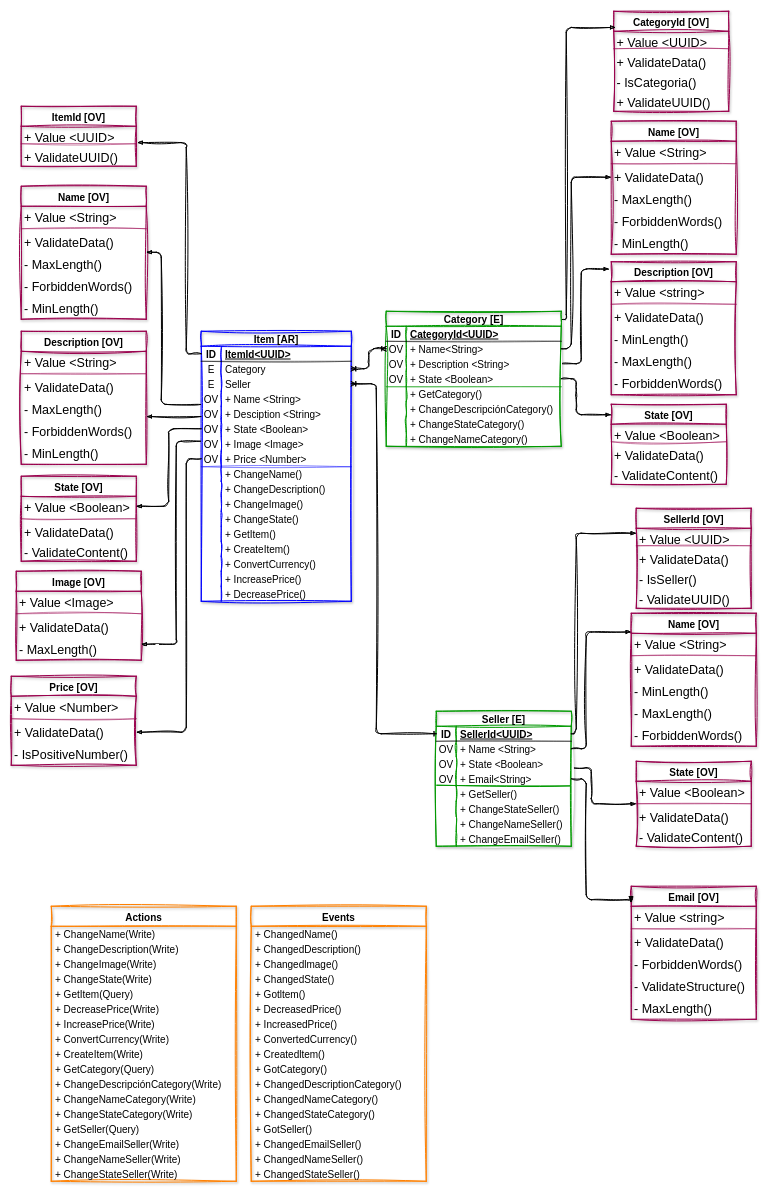
This is page "Item<AR>-Product" (2 of 5) of Drive-Domain-Design.drawio from training-practice-sofkau/C1-2023-DDD-Colombia, a draw.io file, before an edit. Source tidied: cells renumbered, new cells numbered last; positions are measured from the earlier drawing's top-left corner, leaving out a move shared by most shapes. Both pictures are drawn from the tidied source at 50%, with x=0, y=0 at pixel (11, 11).
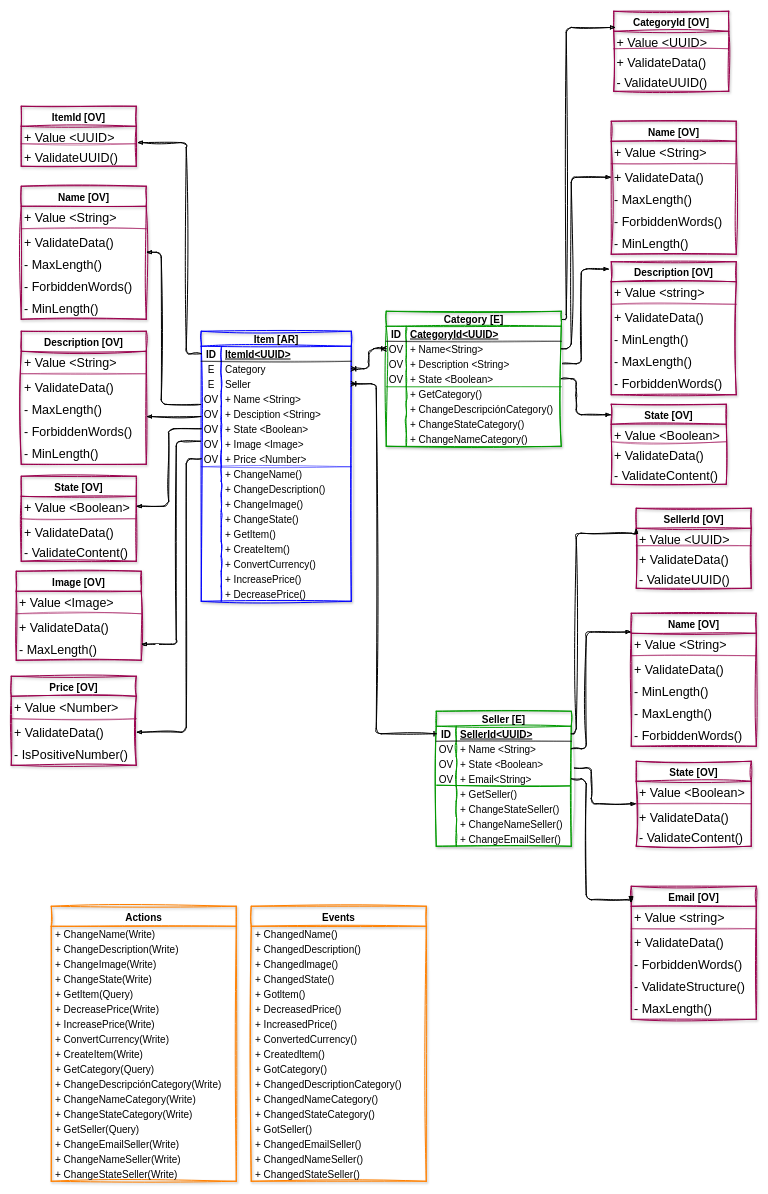
Above is the later version.

Diff of the diagram source:
```diff
@@
     <mxCell id="192" value="CategoryId [OV]" style="swimlane;fontStyle=1;horizontal=1;startSize=40;align=center;fontSize=20;rounded=0;shadow=1;labelBorderColor=none;sketch=1;hachureGap=4;jiggle=2;fillStyle=cross-hatch;curveFitting=1;strokeColor=#99004D;strokeWidth=2;fontFamily=Helvetica;fillColor=none;gradientColor=none;" parent="1" vertex="1">
-      <mxGeometry x="1205" width="230" height="200" as="geometry" />
+      <mxGeometry x="1205" width="230" height="160" as="geometry" />
     </mxCell>
@@
-    <mxCell id="196" value="- IsCategoria()" style="text;strokeColor=none;fillColor=none;spacingLeft=4;spacingRight=4;overflow=hidden;fontSize=25;fontFamily=Helvetica;" parent="192" vertex="1">
-      <mxGeometry y="120" width="230" height="40" as="geometry" />
-    </mxCell>
-    <mxCell id="197" value="+ ValidateUUID()" style="text;strokeColor=none;fillColor=none;spacingLeft=4;spacingRight=4;overflow=hidden;fontSize=25;fontFamily=Helvetica;" parent="192" vertex="1">
-      <mxGeometry y="160" width="230" height="40" as="geometry" />
+    <mxCell id="197" value="- ValidateUUID()" style="text;strokeColor=none;fillColor=none;spacingLeft=4;spacingRight=4;overflow=hidden;fontSize=25;fontFamily=Helvetica;" parent="192" vertex="1">
+      <mxGeometry y="120" width="230" height="40" as="geometry" />
     </mxCell>
@@
     <mxCell id="203" value="SellerId [OV]" style="swimlane;fontStyle=1;horizontal=1;startSize=40;align=center;fontSize=20;rounded=0;shadow=1;labelBorderColor=none;sketch=1;hachureGap=4;jiggle=2;fillStyle=cross-hatch;curveFitting=1;strokeColor=#99004D;strokeWidth=2;fontFamily=Helvetica;fillColor=none;gradientColor=none;" parent="1" vertex="1">
-      <mxGeometry x="1250" y="994" width="230" height="200" as="geometry" />
+      <mxGeometry x="1250" y="994" width="230" height="160" as="geometry" />
     </mxCell>
@@
-    <mxCell id="207" value="- IsSeller()" style="text;strokeColor=none;fillColor=none;spacingLeft=4;spacingRight=4;overflow=hidden;fontSize=25;fontFamily=Helvetica;" parent="203" vertex="1">
-      <mxGeometry y="120" width="230" height="40" as="geometry" />
-    </mxCell>
     <mxCell id="208" value="- ValidateUUID()" style="text;strokeColor=none;fillColor=none;spacingLeft=4;spacingRight=4;overflow=hidden;fontSize=25;fontFamily=Helvetica;" parent="203" vertex="1">
-      <mxGeometry y="160" width="230" height="40" as="geometry" />
+      <mxGeometry y="120" width="230" height="40" as="geometry" />
     </mxCell>
```
